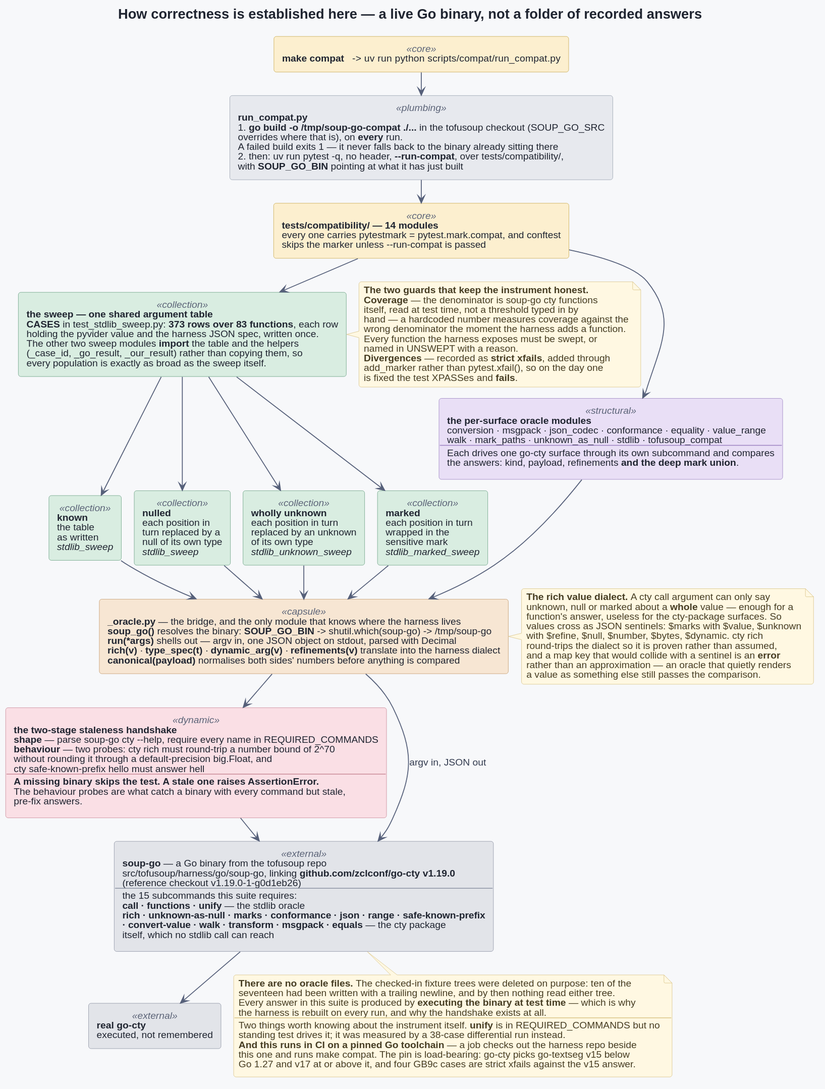
Above: docs/architecture/08-differential-testing.svg in provide-io/pyvider-cty (PlantUML), before the change. Source of this version:
```plantuml
@startuml
!include _theme.iuml

title How correctness is established here — a live Go binary, not a folder of recorded answers

skinparam nodesep 16
skinparam ranksep 28
skinparam rectangleFontSize 12

rectangle "**make compat**   ->   uv run python scripts/compat/run_compat.py" as MAKE <<core>>

rectangle "**run_compat.py**\n# **go build -o /tmp/soup-go-compat ./...** in the tofusoup checkout (SOUP_GO_SRC\noverrides where that is), on **every** run.\nA failed build exits 1 — it never falls back to the binary already sitting there\n# then: uv run pytest -q, no header, **--run-compat**, over tests/compatibility/,\nwith **SOUP_GO_BIN** pointing at what it has just built" as RUNNER <<plumbing>>

rectangle "**tests/compatibility/ — 14 modules**\nevery one carries pytestmark = pytest.mark.compat, and conftest\nskips the marker unless --run-compat is passed" as SUITE <<core>>

rectangle "**the sweep — one shared argument table**\n**CASES** in test_stdlib_sweep.py: **373 rows over 83 functions**, each row\nholding the pyvider value and the harness JSON spec, written once.\nThe other two sweep modules **import** the table and the helpers\n(_case_id, _go_result, _our_result) rather than copying them, so\nevery population is exactly as broad as the sweep itself." as CASES <<collection>>

rectangle "**known**\nthe table\nas written\n//stdlib_sweep//" as POP1 <<collection>>
rectangle "**nulled**\neach position in\nturn replaced by a\nnull of its own type\n//stdlib_sweep//" as POP2 <<collection>>
rectangle "**wholly unknown**\neach position in turn\nreplaced by an unknown\nof its own type\n//stdlib_unknown_sweep//" as POP3 <<collection>>
rectangle "**marked**\neach position in turn\nwrapped in the\nsensitive mark\n//stdlib_marked_sweep//" as POP4 <<collection>>

rectangle "**the per-surface oracle modules**\nconversion · msgpack · json_codec · conformance · equality · value_range\nwalk · mark_paths · unknown_as_null · stdlib · tofusoup_compat\n----\nEach drives one go-cty surface through its own subcommand and compares\nthe answers: kind, payload, refinements **and the deep mark union**." as SURFACES <<structural>>

rectangle "**_oracle.py** — the bridge, and the only module that knows where the harness lives\n**soup_go()** resolves the binary: **SOUP_GO_BIN** -> shutil.which(soup-go) -> /tmp/soup-go\n**run(*args)** shells out — argv in, one JSON object on stdout, parsed with Decimal\n**rich(v)** · **type_spec(t)** · **dynamic_arg(v)** · **refinements(v)** translate into the harness dialect\n**canonical(payload)** normalises both sides' numbers before anything is compared" as ORACLE <<capsule>>

rectangle "**the two-stage staleness handshake**\n**shape** — parse soup-go cty --help, require every name in REQUIRED_COMMANDS\n**behaviour** — two probes: cty rich must round-trip a number bound of 2^70\nwithout rounding it through a default-precision big.Float, and\ncty safe-known-prefix hello must answer hell\n----\n**A missing binary skips the test. A stale one raises AssertionError.**\nThe behaviour probes are what catch a binary with every command but stale,\npre-fix answers." as HANDSHAKE <<dynamic>>

rectangle "**soup-go** — a Go binary from the tofusoup repo\nsrc/tofusoup/harness/go/soup-go, linking **github.com/zclconf/go-cty v1.19.0**\n(reference checkout v1.19.0-1-g0d1eb26)\n----\nthe 15 subcommands this suite requires:\n**call · functions · unify** — the stdlib oracle\n**rich · unknown-as-null · marks · conformance · json · range · safe-known-prefix**\n**· convert-value · walk · transform · msgpack · equals** — the cty package\nitself, which no stdlib call can reach" as SOUPGO <<external>>

rectangle "**real go-cty**\nexecuted, not remembered" as GOCTY <<external>>

MAKE --> RUNNER
RUNNER --> SUITE
SUITE --> CASES
SUITE --> SURFACES
CASES --> POP1
CASES --> POP2
CASES --> POP3
CASES --> POP4
POP1 --> ORACLE
POP2 --> ORACLE
POP3 --> ORACLE
POP4 --> ORACLE
SURFACES --> ORACLE
ORACLE --> HANDSHAKE
HANDSHAKE --> SOUPGO
ORACLE --> SOUPGO : argv in, JSON out
SOUPGO --> GOCTY

note right of CASES
  **The two guards that keep the instrument honest.**
  **Coverage** — the denominator is soup-go cty functions
  itself, read at test time, not a threshold typed in by
  hand — a hardcoded number measures coverage against the
  wrong denominator the moment the harness adds a function.
  Every function the harness exposes must be swept, or
  named in UNSWEPT with a reason.
  **Divergences** — recorded as **strict xfails**, added through
  add_marker rather than pytest.xfail(), so on the day one
  is fixed the test XPASSes and **fails**.
end note

note right of ORACLE
  **The rich value dialect.** A cty call argument can only say
  unknown, null or marked about a **whole** value — enough for a
  function's answer, useless for the cty-package surfaces. So
  values cross as JSON sentinels: $marks with $value, $unknown
  with $refine, $null, $number, $bytes, $dynamic. cty rich
  round-trips the dialect so it is proven rather than assumed,
  and a map key that would collide with a sentinel is an **error**
  rather than an approximation — an oracle that quietly renders
  a value as something else still passes the comparison.
end note

note bottom of SOUPGO
  **There are no oracle files.** The checked-in fixture trees were deleted on purpose: ten of the
  seventeen had been written with a trailing newline, and by then nothing read either tree.
  Every answer in this suite is produced by **executing the binary at test time** — which is why
  the harness is rebuilt on every run, and why the handshake exists at all.
  ----
  Two things worth knowing about the instrument itself. **unify** is in REQUIRED_COMMANDS but no
  standing test drives it; it was measured by a 38-case differential run instead.
  **And this runs in CI on a pinned Go toolchain** — a job checks out the harness repo beside
  this one and runs make compat. The pin is load-bearing: go-cty picks go-textseg v15 below
  Go 1.27 and v17 at or above it, and four GB9c cases are strict xfails against the v15 answer.
end note
@enduml
```
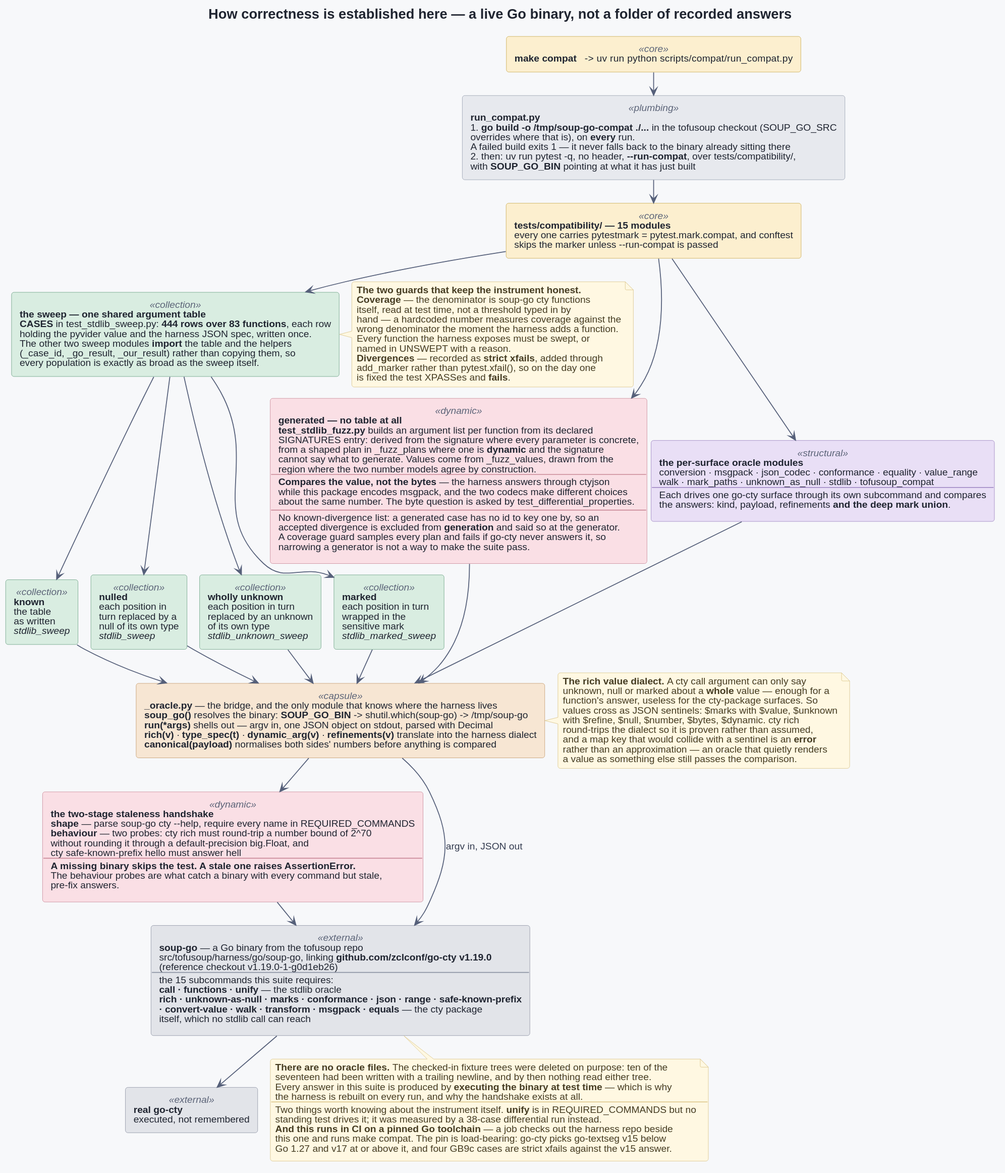
The same diagram one commit later.

Diff of the diagram source:
```diff
@@ -11,14 +11,16 @@
 
 rectangle "**run_compat.py**\n# **go build -o /tmp/soup-go-compat ./...** in the tofusoup checkout (SOUP_GO_SRC\noverrides where that is), on **every** run.\nA failed build exits 1 — it never falls back to the binary already sitting there\n# then: uv run pytest -q, no header, **--run-compat**, over tests/compatibility/,\nwith **SOUP_GO_BIN** pointing at what it has just built" as RUNNER <<plumbing>>
 
-rectangle "**tests/compatibility/ — 14 modules**\nevery one carries pytestmark = pytest.mark.compat, and conftest\nskips the marker unless --run-compat is passed" as SUITE <<core>>
+rectangle "**tests/compatibility/ — 15 modules**\nevery one carries pytestmark = pytest.mark.compat, and conftest\nskips the marker unless --run-compat is passed" as SUITE <<core>>
 
-rectangle "**the sweep — one shared argument table**\n**CASES** in test_stdlib_sweep.py: **373 rows over 83 functions**, each row\nholding the pyvider value and the harness JSON spec, written once.\nThe other two sweep modules **import** the table and the helpers\n(_case_id, _go_result, _our_result) rather than copying them, so\nevery population is exactly as broad as the sweep itself." as CASES <<collection>>
+rectangle "**the sweep — one shared argument table**\n**CASES** in test_stdlib_sweep.py: **444 rows over 83 functions**, each row\nholding the pyvider value and the harness JSON spec, written once.\nThe other two sweep modules **import** the table and the helpers\n(_case_id, _go_result, _our_result) rather than copying them, so\nevery population is exactly as broad as the sweep itself." as CASES <<collection>>
 
 rectangle "**known**\nthe table\nas written\n//stdlib_sweep//" as POP1 <<collection>>
 rectangle "**nulled**\neach position in\nturn replaced by a\nnull of its own type\n//stdlib_sweep//" as POP2 <<collection>>
 rectangle "**wholly unknown**\neach position in turn\nreplaced by an unknown\nof its own type\n//stdlib_unknown_sweep//" as POP3 <<collection>>
 rectangle "**marked**\neach position in turn\nwrapped in the\nsensitive mark\n//stdlib_marked_sweep//" as POP4 <<collection>>
+
+rectangle "**generated — no table at all**\n**test_stdlib_fuzz.py** builds an argument list per function from its declared\nSIGNATURES entry: derived from the signature where every parameter is concrete,\nfrom a shaped plan in _fuzz_plans where one is **dynamic** and the signature\ncannot say what to generate. Values come from _fuzz_values, drawn from the\nregion where the two number models agree by construction.\n----\n**Compares the value, not the bytes** — the harness answers through ctyjson\nwhile this package encodes msgpack, and the two codecs make different choices\nabout the same number. The byte question is asked by test_differential_properties.\n----\nNo known-divergence list: a generated case has no id to key one by, so an\naccepted divergence is excluded from **generation** and said so at the generator.\nA coverage guard samples every plan and fails if go-cty never answers it, so\nnarrowing a generator is not a way to make the suite pass." as FUZZ <<dynamic>>
 
 rectangle "**the per-surface oracle modules**\nconversion · msgpack · json_codec · conformance · equality · value_range\nwalk · mark_paths · unknown_as_null · stdlib · tofusoup_compat\n----\nEach drives one go-cty surface through its own subcommand and compares\nthe answers: kind, payload, refinements **and the deep mark union**." as SURFACES <<structural>>
 
@@ -33,6 +35,7 @@
 MAKE --> RUNNER
 RUNNER --> SUITE
 SUITE --> CASES
+SUITE --> FUZZ
 SUITE --> SURFACES
 CASES --> POP1
 CASES --> POP2
@@ -42,6 +45,7 @@
 POP2 --> ORACLE
 POP3 --> ORACLE
 POP4 --> ORACLE
+FUZZ --> ORACLE
 SURFACES --> ORACLE
 ORACLE --> HANDSHAKE
 HANDSHAKE --> SOUPGO
```
